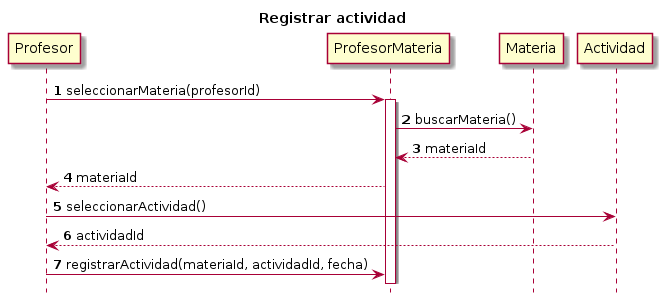
Before: secuencia/registrarActividad.png, a diagram exported from PlantUML (DidierDiaz/UML-Code-Generator).
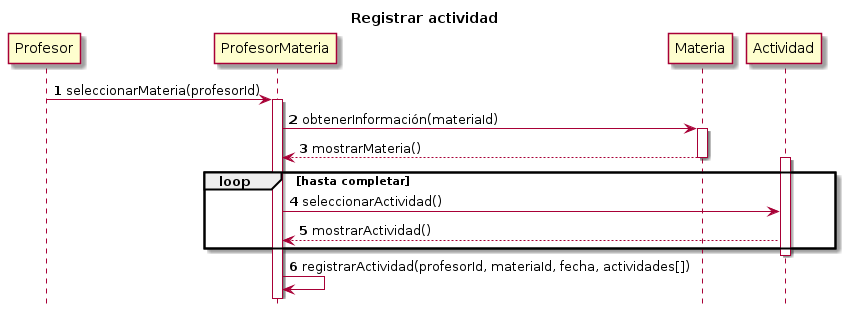
The same diagram one commit later.

Commit message:
Modificación en registro de actividades

What changed in the source:
```diff
@@ -2,22 +2,24 @@
 
 	title Registrar actividad
 	hide footbox
-
 	autonumber
 
 	Profesor -> ProfesorMateria: seleccionarMateria(profesorId)
 	activate ProfesorMateria
 
-	ProfesorMateria -> Materia: buscarMateria()
+	ProfesorMateria -> Materia: obtenerInformación(materiaId)
+	activate Materia
 
-	Materia --> ProfesorMateria: materiaId
+	Materia --> ProfesorMateria: mostrarMateria()
+	deactivate Materia
 
-	ProfesorMateria --> Profesor: materiaId
+	activate Actividad
+	loop hasta completar
+		ProfesorMateria -> Actividad: seleccionarActividad()
+		Actividad --> ProfesorMateria: mostrarActividad()
+	end
+	deactivate Actividad
 
-	Profesor -> Actividad: seleccionarActividad()
-
-	Actividad --> Profesor: actividadId
-
-	Profesor -> ProfesorMateria: registrarActividad(materiaId, actividadId, fecha)
+	ProfesorMateria -> ProfesorMateria: registrarActividad(profesorId, materiaId, fecha, actividades[])
 
 @enduml
```
